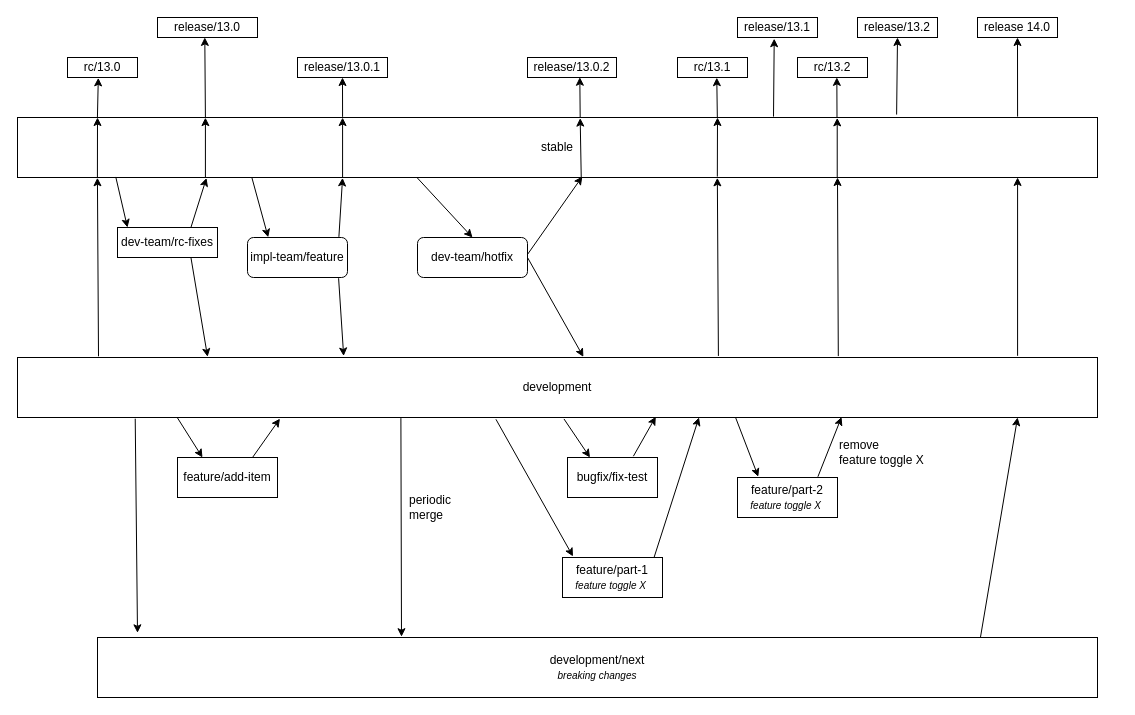
Before: Valtimo release/branch strategy.drawio in mbritense/draw-io, a draw.io diagram. Source tidied: cells renumbered, new cells numbered last; positions are measured from the earlier drawing's top-left corner, leaving out a move shared by most shapes. Both pictures are drawn from the tidied source at 100%, with x=0, y=0 at pixel (17, 17).
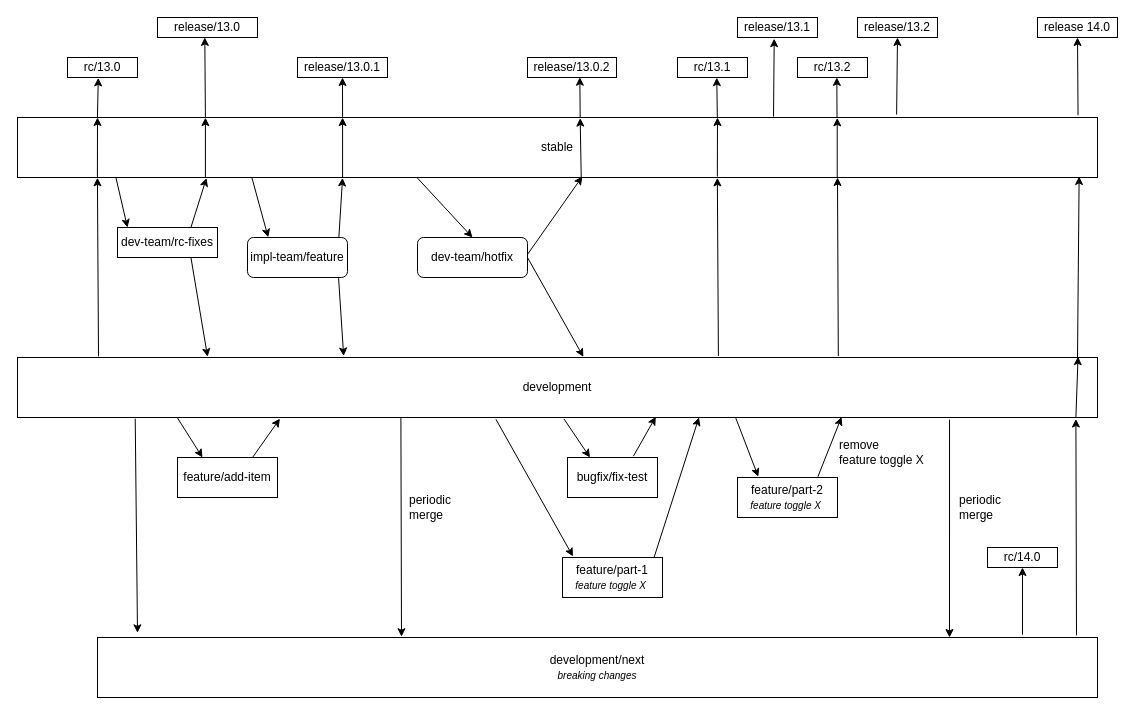
After the change.

Commit message (it also covers changes not shown here):
Update Valtimo release/branch strategy.drawio

The change refers to these unchanged cells:
```xml
<mxCell id="2" value="stable" style="rounded=0;whiteSpace=wrap;html=1;" parent="1" vertex="1">
  <mxGeometry y="100" width="1080" height="60" as="geometry" />
</mxCell>
<mxCell id="3" value="development" style="rounded=0;whiteSpace=wrap;html=1;" parent="1" vertex="1">
  <mxGeometry y="340" width="1080" height="60" as="geometry" />
</mxCell>
<mxCell id="38" value="development/next&lt;div&gt;&lt;i&gt;&lt;font style=&quot;font-size: 10px;&quot;&gt;breaking changes&lt;/font&gt;&lt;/i&gt;&lt;/div&gt;" style="rounded=0;whiteSpace=wrap;html=1;" parent="1" vertex="1">
  <mxGeometry x="80" y="620" width="1000" height="60" as="geometry" />
</mxCell>
```

The edit, as a diff of the source:
```diff
@@
-    <mxCell id="42" style="endArrow=classic;html=1;rounded=0;exitX=0.883;exitY=-0.008;exitDx=0;exitDy=0;exitPerimeter=0;entryX=0.926;entryY=0.999;entryDx=0;entryDy=0;entryPerimeter=0;" parent="1" edge="1" source="38" target="3">
+    <mxCell id="42" style="endArrow=classic;html=1;rounded=0;exitX=0.863;exitY=1.036;exitDx=0;exitDy=0;exitPerimeter=0;entryX=0.852;entryY=0;entryDx=0;entryDy=0;entryPerimeter=0;" parent="1" edge="1" source="3" target="38">
       <mxGeometry relative="1" as="geometry" />
     </mxCell>
-    <mxCell id="43" style="endArrow=classic;html=1;rounded=0;exitX=0.926;exitY=-0.028;exitDx=0;exitDy=0;exitPerimeter=0;entryX=0.926;entryY=0.999;entryDx=0;entryDy=0;entryPerimeter=0;" parent="1" edge="1" source="3" target="2">
-      <mxGeometry relative="1" as="geometry" />
+    <mxCell id="43" style="endArrow=classic;html=1;rounded=0;entryX=0.983;entryY=0.983;entryDx=0;entryDy=0;entryPerimeter=0;" parent="1" edge="1" target="2">
+      <mxGeometry relative="1" as="geometry">
+        <mxPoint x="1060" y="340" as="sourcePoint" />
+      </mxGeometry>
     </mxCell>
-    <mxCell id="44" style="endArrow=classic;html=1;rounded=0;entryX=0.5;entryY=1;entryDx=0;entryDy=0;exitX=0.926;exitY=-0.015;exitDx=0;exitDy=0;exitPerimeter=0;" parent="1" edge="1" source="2" target="45">
+    <mxCell id="44" style="endArrow=classic;html=1;rounded=0;entryX=0.5;entryY=1;entryDx=0;entryDy=0;exitX=0.982;exitY=-0.037;exitDx=0;exitDy=0;exitPerimeter=0;" parent="1" edge="1" source="2" target="45">
       <mxGeometry relative="1" as="geometry" />
     </mxCell>
     <mxCell id="45" value="release 14.0" style="rounded=0;whiteSpace=wrap;html=1;" parent="1" vertex="1">
-      <mxGeometry x="960" width="80" height="20" as="geometry" />
+      <mxGeometry x="1020" width="80" height="20" as="geometry" />
     </mxCell>
@@
+    <mxCell id="62" value="periodic merge" style="text;html=1;align=left;verticalAlign=middle;whiteSpace=wrap;rounded=0;" parent="1" vertex="1">
+      <mxGeometry x="940" y="475" width="50" height="30" as="geometry" />
+    </mxCell>
+    <mxCell id="63" value="rc/14.0" style="rounded=0;whiteSpace=wrap;html=1;" parent="1" vertex="1">
+      <mxGeometry x="970" y="530" width="70" height="20" as="geometry" />
+    </mxCell>
+    <mxCell id="64" style="endArrow=classic;html=1;rounded=0;entryX=0.5;entryY=1;entryDx=0;entryDy=0;exitX=0.925;exitY=-0.048;exitDx=0;exitDy=0;exitPerimeter=0;" parent="1" edge="1" source="38" target="63">
+      <mxGeometry relative="1" as="geometry" />
+    </mxCell>
+    <mxCell id="65" style="endArrow=classic;html=1;rounded=0;entryX=0.98;entryY=1.025;entryDx=0;entryDy=0;exitX=0.979;exitY=-0.036;exitDx=0;exitDy=0;exitPerimeter=0;entryPerimeter=0;" parent="1" edge="1" source="38" target="3">
+      <mxGeometry relative="1" as="geometry" />
+    </mxCell>
+    <mxCell id="66" style="endArrow=classic;html=1;rounded=0;entryX=0.982;entryY=-0.014;entryDx=0;entryDy=0;entryPerimeter=0;exitX=0.98;exitY=1.002;exitDx=0;exitDy=0;exitPerimeter=0;" parent="1" edge="1" source="3" target="3">
+      <mxGeometry relative="1" as="geometry" />
+    </mxCell>
```
